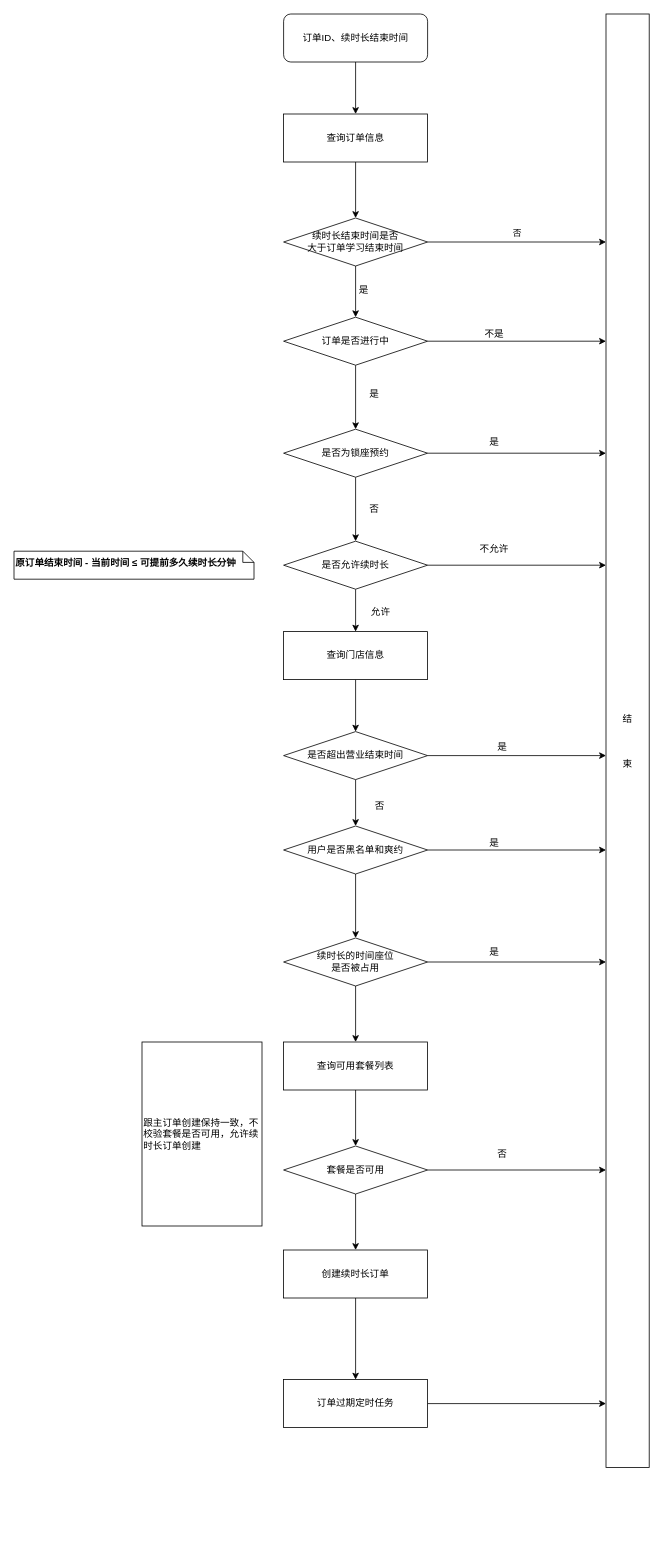
This is 自习室系统/续时长订单创建.drawio from itangm/draw.io-files, a draw.io file, before an edit. Source tidied: cells renumbered, new cells numbered last; positions are measured from the earlier drawing's top-left corner, leaving out a move shared by most shapes. Both pictures are drawn from the tidied source at 80%, with x=0, y=0 at pixel (14, 14).
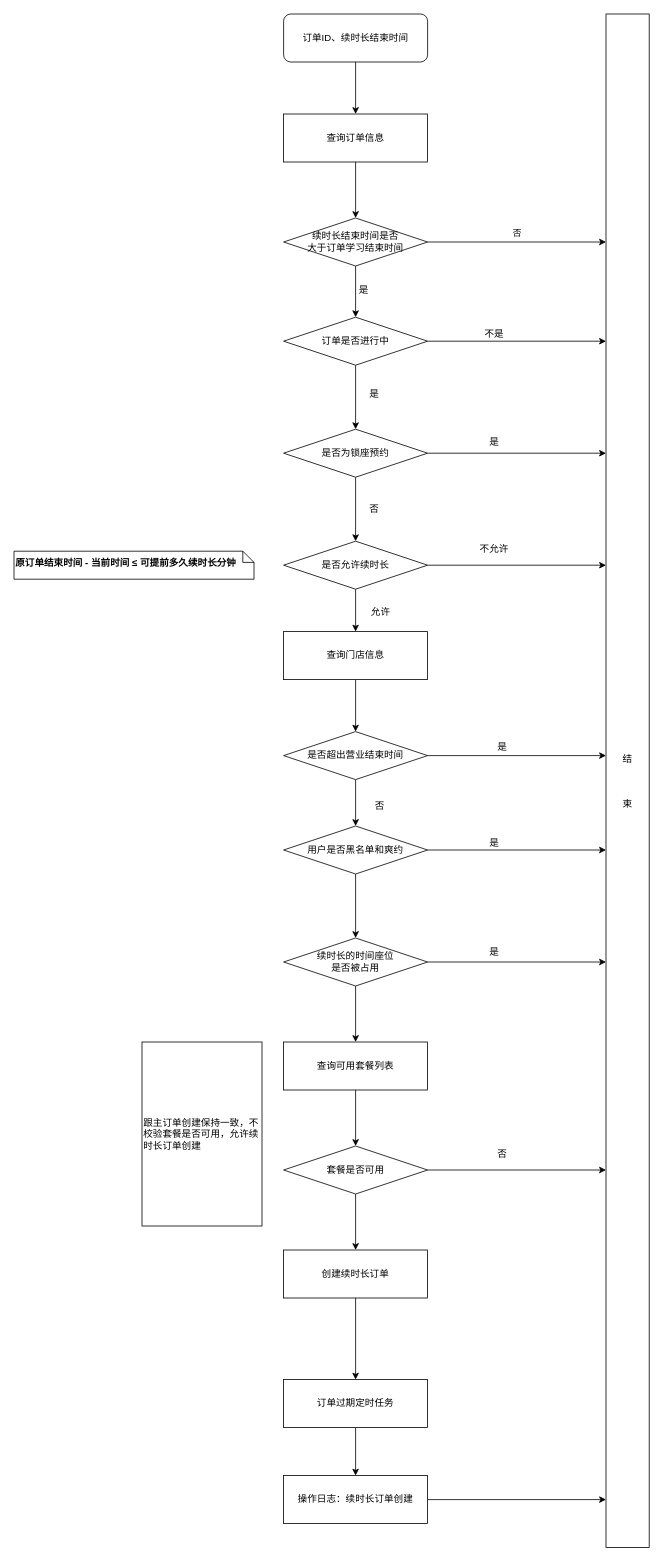
The same page after the edit.

Commit message (it also covers changes not shown here):
更新续时长订单创建.drawio

The change refers to these unchanged cells:
```xml
<mxCell id="54" value="&lt;div style&gt;&lt;span style=&quot;background-color: initial;&quot;&gt;订单过期定时任务&lt;/span&gt;&lt;/div&gt;" style="rounded=0;whiteSpace=wrap;html=1;align=center;" parent="1" vertex="1">
  <mxGeometry x="337" y="1707" width="180" height="60" as="geometry" />
</mxCell>
```

Change to the diagram source:
```diff
@@
     <mxCell id="30" value="结&lt;br /&gt;&lt;br /&gt;&lt;br /&gt;&lt;br /&gt;束" style="rounded=0;whiteSpace=wrap;html=1;" parent="1" vertex="1">
-      <mxGeometry x="740" width="54" height="1817" as="geometry" />
+      <mxGeometry x="740" width="54" height="1917" as="geometry" />
     </mxCell>
@@
-    <mxCell id="53" style="edgeStyle=orthogonalEdgeStyle;rounded=0;jettySize=auto;html=1;" parent="1" edge="1" source="54" target="30">
+    <mxCell id="53" style="edgeStyle=orthogonalEdgeStyle;rounded=0;jettySize=auto;html=1;exitX=1;exitY=0.5;exitDx=0;exitDy=0;" parent="1" edge="1" source="56" target="30">
       <mxGeometry relative="1" as="geometry">
         <Array as="points">
-          <mxPoint x="680" y="1737" />
-          <mxPoint x="680" y="1737" />
+          <mxPoint x="670" y="1857" />
+          <mxPoint x="670" y="1857" />
         </Array>
       </mxGeometry>
     </mxCell>
+    <mxCell id="55" style="edgeStyle=orthogonalEdgeStyle;rounded=0;jettySize=auto;html=1;entryX=0.5;entryY=0;entryDx=0;entryDy=0;" parent="1" edge="1" source="54" target="56">
+      <mxGeometry relative="1" as="geometry" />
+    </mxCell>
@@
+    <mxCell id="56" value="&lt;div style&gt;操作日志：续时长订单创建&lt;/div&gt;" style="rounded=0;whiteSpace=wrap;html=1;align=center;" parent="1" vertex="1">
+      <mxGeometry x="337" y="1827" width="180" height="60" as="geometry" />
+    </mxCell>
```
